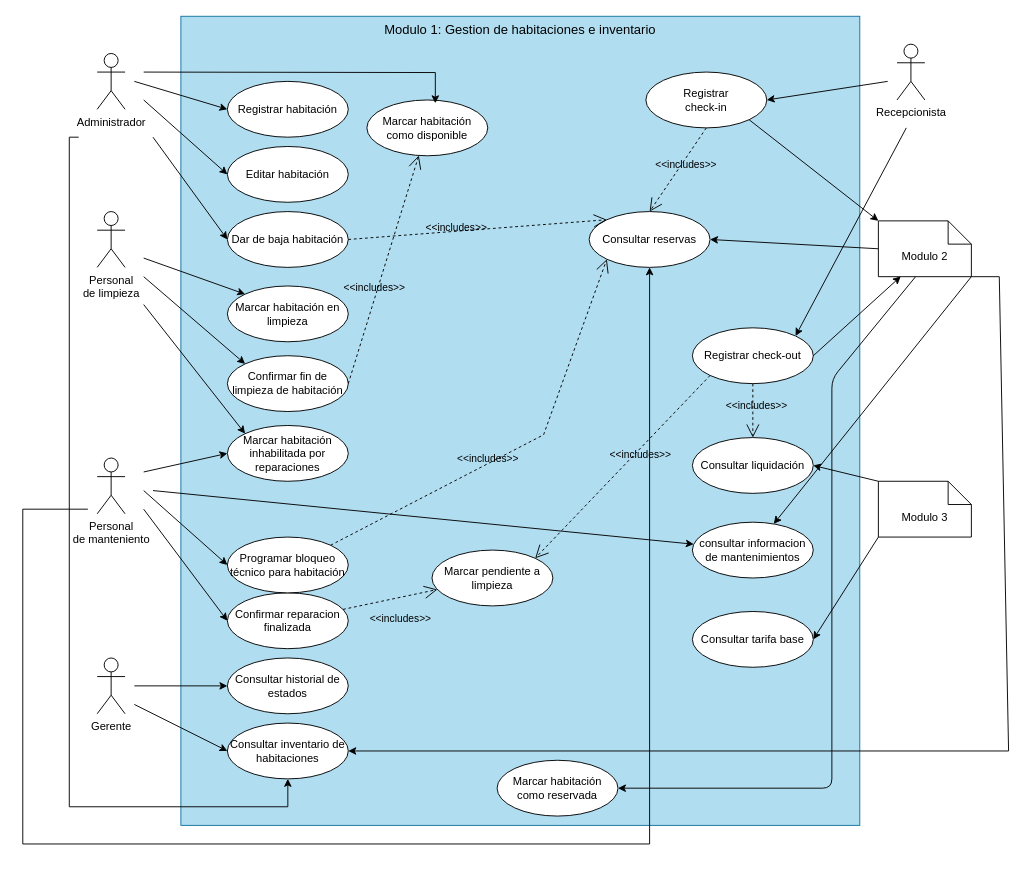
Earlier version of the draw.io diagram documentos/diagramas/cdu-modulo-1-d.drawio (MirianMarriaga/hospitua-module-1). Source tidied: cells renumbered, new cells numbered last; positions are measured from the earlier drawing's top-left corner, leaving out a move shared by most shapes. Both pictures are drawn from the tidied source at 93%, with x=0, y=0 at pixel (22, 16).
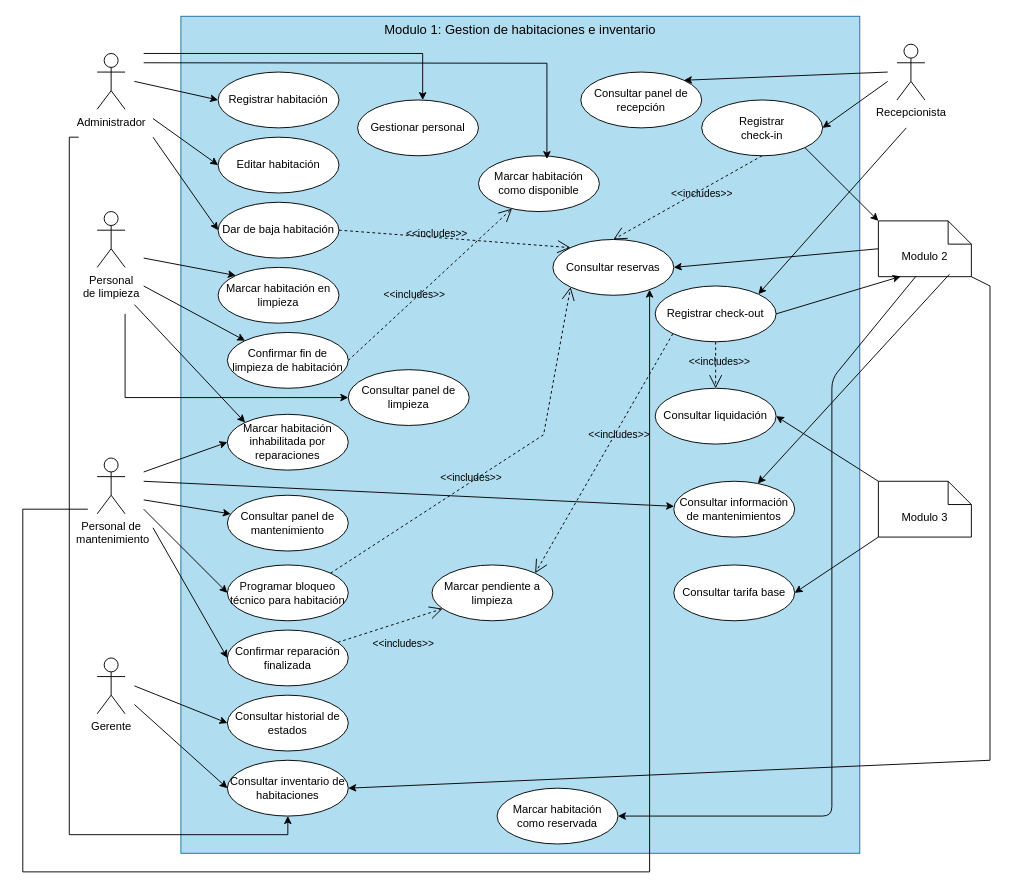
The same page after the edit.

Commit message (it also covers changes not shown here):
docs: Añadir cdu faltante en casos de uso

The change refers to these unchanged cells:
```xml
<mxCell id="7" value="Modulo 2" style="shape=note2;boundedLbl=1;whiteSpace=wrap;html=1;size=25;verticalAlign=top;align=center;labelBackgroundColor=none;" parent="1" vertex="1">
  <mxGeometry x="920" y="220" width="100" height="60" as="geometry" />
</mxCell>
```

What changed in the source:
```diff
@@
     <mxCell id="2" style="rounded=0;whiteSpace=wrap;html=1;rotation=-90;fillColor=#b1ddf0;labelBackgroundColor=none;strokeColor=#10739e;" parent="1" vertex="1">
-      <mxGeometry x="100" y="70" width="870" height="730" as="geometry" />
+      <mxGeometry x="85" y="85" width="900" height="730" as="geometry" />
     </mxCell>
@@
     <mxCell id="9" value="Registrar habitación" style="ellipse;whiteSpace=wrap;html=1;labelBackgroundColor=none;" parent="1" vertex="1">
-      <mxGeometry x="220" y="70" width="130" height="60" as="geometry" />
+      <mxGeometry x="210" y="60" width="130" height="60" as="geometry" />
     </mxCell>
@@
     <mxCell id="11" value="Editar habitación" style="ellipse;whiteSpace=wrap;html=1;labelBackgroundColor=none;" parent="1" vertex="1">
-      <mxGeometry x="220" y="140" width="130" height="60" as="geometry" />
+      <mxGeometry x="210" y="130" width="130" height="60" as="geometry" />
     </mxCell>
     <mxCell id="12" value="Dar de baja habitación" style="ellipse;whiteSpace=wrap;html=1;labelBackgroundColor=none;" parent="1" vertex="1">
-      <mxGeometry x="220" y="210" width="130" height="60" as="geometry" />
+      <mxGeometry x="210" y="200" width="130" height="60" as="geometry" />
     </mxCell>
     <mxCell id="13" style="endArrow=classic;html=1;rounded=0;endFill=1;entryX=0;entryY=0.5;entryDx=0;entryDy=0;labelBackgroundColor=none;fontColor=default;" parent="1" edge="1" target="11">
       <mxGeometry relative="1" as="geometry">
-        <mxPoint x="130" y="90" as="sourcePoint" />
+        <mxPoint x="140" y="110" as="sourcePoint" />
       </mxGeometry>
     </mxCell>
@@
     <mxCell id="15" value="Marcar habitación en limpieza" style="ellipse;whiteSpace=wrap;html=1;labelBackgroundColor=none;" parent="1" vertex="1">
-      <mxGeometry x="220" y="290" width="130" height="60" as="geometry" />
+      <mxGeometry x="210" y="270" width="130" height="60" as="geometry" />
     </mxCell>
@@
-    <mxCell id="17" value="Personal&lt;div&gt;de manteniento&lt;/div&gt;" style="shape=umlActor;verticalLabelPosition=bottom;verticalAlign=top;html=1;labelBackgroundColor=none;" parent="1" vertex="1">
+    <mxCell id="17" value="Personal de&lt;div&gt;&amp;nbsp;mantenimiento&lt;/div&gt;" style="shape=umlActor;verticalLabelPosition=bottom;verticalAlign=top;html=1;labelBackgroundColor=none;" parent="1" vertex="1">
       <mxGeometry x="80" y="475" width="30" height="60" as="geometry" />
     </mxCell>
     <mxCell id="18" value="Confirmar fin de limpieza&amp;nbsp;&lt;span style=&quot;background-color: transparent; color: light-dark(rgb(0, 0, 0), rgb(255, 255, 255));&quot;&gt;de habitación&lt;/span&gt;" style="ellipse;whiteSpace=wrap;html=1;labelBackgroundColor=none;" parent="1" vertex="1">
-      <mxGeometry x="220" y="365" width="130" height="60" as="geometry" />
+      <mxGeometry x="220" y="340" width="130" height="60" as="geometry" />
     </mxCell>
     <mxCell id="19" style="endArrow=classic;html=1;rounded=0;endFill=1;entryX=0;entryY=0;entryDx=0;entryDy=0;labelBackgroundColor=none;fontColor=default;" parent="1" edge="1" target="18">
       <mxGeometry relative="1" as="geometry">
-        <mxPoint x="130" y="280" as="sourcePoint" />
+        <mxPoint x="130" y="290" as="sourcePoint" />
       </mxGeometry>
     </mxCell>
     <mxCell id="20" value="Marcar habitación inhabilitada por reparaciones" style="ellipse;whiteSpace=wrap;html=1;labelBackgroundColor=none;" parent="1" vertex="1">
-      <mxGeometry x="220" y="440" width="130" height="60" as="geometry" />
+      <mxGeometry x="220" y="428" width="130" height="60" as="geometry" />
     </mxCell>
@@
-    <mxCell id="22" value="Confirmar reparacion finalizada" style="ellipse;whiteSpace=wrap;html=1;labelBackgroundColor=none;" parent="1" vertex="1">
-      <mxGeometry x="220" y="620" width="130" height="60" as="geometry" />
+    <mxCell id="22" value="Confirmar reparación finalizada" style="ellipse;whiteSpace=wrap;html=1;labelBackgroundColor=none;" parent="1" vertex="1">
+      <mxGeometry x="220" y="660" width="130" height="60" as="geometry" />
     </mxCell>
     <mxCell id="23" style="endArrow=classic;html=1;rounded=0;endFill=1;entryX=0;entryY=0.5;entryDx=0;entryDy=0;labelBackgroundColor=none;fontColor=default;" parent="1" edge="1" target="22">
       <mxGeometry relative="1" as="geometry">
-        <mxPoint x="130" y="530" as="sourcePoint" />
+        <mxPoint x="140" y="550" as="sourcePoint" />
       </mxGeometry>
     </mxCell>
     <mxCell id="24" value="Consultar tarifa base" style="ellipse;whiteSpace=wrap;html=1;labelBackgroundColor=none;" parent="1" vertex="1">
-      <mxGeometry x="720" y="640" width="130" height="60" as="geometry" />
+      <mxGeometry x="700" y="590" width="130" height="60" as="geometry" />
     </mxCell>
@@
     <mxCell id="26" value="Consultar inventario de habitaciones" style="ellipse;whiteSpace=wrap;html=1;labelBackgroundColor=none;" parent="1" vertex="1">
-      <mxGeometry x="220" y="760" width="130" height="60" as="geometry" />
+      <mxGeometry x="220" y="800" width="130" height="60" as="geometry" />
     </mxCell>
@@
     <mxCell id="28" value="Registrar&lt;div&gt;check-in&lt;/div&gt;" style="ellipse;whiteSpace=wrap;html=1;labelBackgroundColor=none;" parent="1" vertex="1">
-      <mxGeometry x="670" y="60" width="130" height="60" as="geometry" />
+      <mxGeometry x="730" y="90" width="130" height="60" as="geometry" />
     </mxCell>
     <mxCell id="29" value="Registrar check-out" style="ellipse;whiteSpace=wrap;html=1;labelBackgroundColor=none;" parent="1" vertex="1">
-      <mxGeometry x="720" y="335" width="130" height="60" as="geometry" />
+      <mxGeometry x="680" y="290" width="130" height="60" as="geometry" />
     </mxCell>
@@
     <mxCell id="32" value="Consultar historial de estados" style="ellipse;whiteSpace=wrap;html=1;labelBackgroundColor=none;" parent="1" vertex="1">
-      <mxGeometry x="220" y="690" width="130" height="60" as="geometry" />
+      <mxGeometry x="220" y="730" width="130" height="60" as="geometry" />
     </mxCell>
     <mxCell id="33" value="Programar bloqueo técnico para habitación" style="ellipse;whiteSpace=wrap;html=1;labelBackgroundColor=none;" parent="1" vertex="1">
-      <mxGeometry x="220" y="560" width="130" height="60" as="geometry" />
+      <mxGeometry x="220" y="590" width="130" height="60" as="geometry" />
     </mxCell>
     <mxCell id="34" style="endArrow=classic;html=1;rounded=0;endFill=1;entryX=0;entryY=0.5;entryDx=0;entryDy=0;labelBackgroundColor=none;fontColor=default;" parent="1" edge="1" target="33">
       <mxGeometry relative="1" as="geometry">
-        <mxPoint x="130" y="510" as="sourcePoint" />
+        <mxPoint x="130" y="530" as="sourcePoint" />
       </mxGeometry>
     </mxCell>
@@
     <mxCell id="36" value="Marcar habitación&lt;div&gt;como disponible&lt;/div&gt;" style="ellipse;whiteSpace=wrap;html=1;labelBackgroundColor=none;" parent="1" vertex="1">
-      <mxGeometry x="370" y="90" width="130" height="60" as="geometry" />
+      <mxGeometry x="490" y="150" width="130" height="60" as="geometry" />
     </mxCell>
@@
     <mxCell id="38" style="endArrow=classic;html=1;rounded=0;endFill=1;edgeStyle=orthogonalEdgeStyle;entryX=0.5;entryY=1;entryDx=0;entryDy=0;labelBackgroundColor=none;fontColor=default;" parent="1" edge="1" target="26">
-      <mxGeometry relative="1" as="geometry">
+      <mxGeometry x="-0.04" relative="1" as="geometry">
         <mxPoint x="60.1" y="130" as="sourcePoint" />
         <Array as="points">
           <mxPoint x="50" y="130" />
-          <mxPoint x="50" y="850" />
-          <mxPoint x="285" y="850" />
+          <mxPoint x="50" y="880" />
+          <mxPoint x="285" y="880" />
         </Array>
       </mxGeometry>
     </mxCell>
     <mxCell id="39" style="endArrow=classic;html=1;rounded=0;endFill=1;entryX=0;entryY=0;entryDx=0;entryDy=0;labelBackgroundColor=none;fontColor=default;" parent="1" edge="1" target="20">
       <mxGeometry relative="1" as="geometry">
-        <mxPoint x="130" y="310" as="sourcePoint" />
+        <mxPoint x="120" y="310" as="sourcePoint" />
       </mxGeometry>
     </mxCell>
     <mxCell id="40" style="endArrow=classic;html=1;rounded=0;endFill=1;entryX=0.566;entryY=0.059;entryDx=0;entryDy=0;entryPerimeter=0;edgeStyle=orthogonalEdgeStyle;labelBackgroundColor=none;fontColor=default;" parent="1" edge="1" target="36">
       <mxGeometry relative="1" as="geometry">
-        <mxPoint x="130" y="60" as="sourcePoint" />
+        <mxPoint x="130" y="50" as="sourcePoint" />
       </mxGeometry>
     </mxCell>
     <mxCell id="41" value="Marcar pendiente a limpieza" style="ellipse;whiteSpace=wrap;html=1;labelBackgroundColor=none;" parent="1" vertex="1">
-      <mxGeometry x="440" y="574" width="130" height="60" as="geometry" />
+      <mxGeometry x="440" y="590" width="130" height="60" as="geometry" />
     </mxCell>
@@
     <mxCell id="46" value="Consultar reservas" style="ellipse;whiteSpace=wrap;html=1;labelBackgroundColor=none;" parent="1" vertex="1">
-      <mxGeometry x="609" y="210" width="130" height="60" as="geometry" />
+      <mxGeometry x="570" y="240" width="130" height="60" as="geometry" />
     </mxCell>
@@
     <mxCell id="53" value="Marcar habitación como reservada" style="ellipse;whiteSpace=wrap;html=1;labelBackgroundColor=none;" parent="1" vertex="1">
-      <mxGeometry x="510" y="800" width="130" height="60" as="geometry" />
+      <mxGeometry x="510" y="830" width="130" height="60" as="geometry" />
     </mxCell>
     <mxCell id="54" style="endArrow=classic;html=1;rounded=1;endFill=1;entryX=1;entryY=0.5;entryDx=0;entryDy=0;curved=0;exitX=0.4;exitY=1;exitDx=0;exitDy=0;exitPerimeter=0;labelBackgroundColor=none;fontColor=default;" parent="1" edge="1" source="7" target="53">
-      <mxGeometry relative="1" as="geometry">
+      <mxGeometry x="-0.03" relative="1" as="geometry">
         <Array as="points">
           <mxPoint x="870" y="390" />
-          <mxPoint x="870" y="830" />
+          <mxPoint x="870" y="860" />
         </Array>
       </mxGeometry>
     </mxCell>
@@
     <mxCell id="57" style="endArrow=classic;html=1;rounded=0;endFill=1;entryX=1;entryY=0.5;entryDx=0;entryDy=0;exitX=1;exitY=1;exitDx=0;exitDy=0;exitPerimeter=0;labelBackgroundColor=none;fontColor=default;" parent="1" edge="1" source="7" target="26">
-      <mxGeometry relative="1" as="geometry">
+      <mxGeometry x="-0.02" relative="1" as="geometry">
         <Array as="points">
-          <mxPoint x="1050" y="280" />
-          <mxPoint x="1060" y="790" />
+          <mxPoint x="1040" y="290" />
+          <mxPoint x="1040" y="800" />
         </Array>
       </mxGeometry>
     </mxCell>
-    <mxCell id="58" value="consultar informacion de mantenimientos" style="ellipse;whiteSpace=wrap;html=1;labelBackgroundColor=none;" parent="1" vertex="1">
-      <mxGeometry x="720" y="544" width="130" height="60" as="geometry" />
+    <mxCell id="58" value="Consultar información de mantenimientos" style="ellipse;whiteSpace=wrap;html=1;labelBackgroundColor=none;" parent="1" vertex="1">
+      <mxGeometry x="700" y="500" width="130" height="60" as="geometry" />
     </mxCell>
-    <mxCell id="59" style="endArrow=classic;html=1;rounded=0;endFill=1;exitX=1;exitY=1;exitDx=0;exitDy=0;exitPerimeter=0;labelBackgroundColor=none;fontColor=default;" parent="1" edge="1" source="7" target="58">
+    <mxCell id="59" style="endArrow=classic;html=1;rounded=0;endFill=1;exitX=0.764;exitY=0.957;exitDx=0;exitDy=0;exitPerimeter=0;labelBackgroundColor=none;fontColor=default;" parent="1" edge="1" source="7" target="58">
       <mxGeometry relative="1" as="geometry" />
     </mxCell>
     <mxCell id="60" style="endArrow=classic;html=1;rounded=0;endFill=1;edgeStyle=orthogonalEdgeStyle;labelBackgroundColor=none;fontColor=default;" parent="1" edge="1" target="46">
       <mxGeometry relative="1" as="geometry">
         <mxPoint x="70" y="530" as="sourcePoint" />
         <Array as="points">
           <mxPoint y="530" />
-          <mxPoint y="890" />
-          <mxPoint x="674" y="890" />
+          <mxPoint y="920" />
+          <mxPoint x="674" y="920" />
         </Array>
       </mxGeometry>
     </mxCell>
     <mxCell id="61" value="Consultar liquidación" style="ellipse;whiteSpace=wrap;html=1;labelBackgroundColor=none;" parent="1" vertex="1">
-      <mxGeometry x="720" y="453" width="130" height="60" as="geometry" />
+      <mxGeometry x="680" y="400" width="130" height="60" as="geometry" />
     </mxCell>
     <mxCell id="62" style="endArrow=classic;html=1;rounded=0;endFill=1;labelBackgroundColor=none;fontColor=default;" parent="1" edge="1" target="58">
       <mxGeometry relative="1" as="geometry">
-        <mxPoint x="140" y="510" as="sourcePoint" />
+        <mxPoint x="130" y="500" as="sourcePoint" />
       </mxGeometry>
     </mxCell>
+    <mxCell id="63" value="Consultar panel de recepción" style="ellipse;whiteSpace=wrap;html=1;labelBackgroundColor=none;" parent="1" vertex="1">
+      <mxGeometry x="600" y="60" width="130" height="60" as="geometry" />
+    </mxCell>
+    <mxCell id="64" value="Consultar panel de mantenimiento" style="ellipse;whiteSpace=wrap;html=1;labelBackgroundColor=none;" parent="1" vertex="1">
+      <mxGeometry x="220" y="515" width="130" height="60" as="geometry" />
+    </mxCell>
+    <mxCell id="65" style="endArrow=classic;html=1;rounded=0;endFill=1;entryX=1;entryY=0;entryDx=0;entryDy=0;labelBackgroundColor=none;fontColor=default;" parent="1" edge="1" target="63">
+      <mxGeometry relative="1" as="geometry">
+        <mxPoint x="930" y="60" as="sourcePoint" />
+      </mxGeometry>
+    </mxCell>
+    <mxCell id="66" style="endArrow=classic;html=1;rounded=0;endFill=1;labelBackgroundColor=none;fontColor=default;" parent="1" edge="1" target="64">
+      <mxGeometry relative="1" as="geometry">
+        <mxPoint x="130" y="520" as="sourcePoint" />
+      </mxGeometry>
+    </mxCell>
+    <mxCell id="67" value="Consultar panel de limpieza" style="ellipse;whiteSpace=wrap;html=1;labelBackgroundColor=none;" parent="1" vertex="1">
+      <mxGeometry x="350" y="380" width="130" height="60" as="geometry" />
+    </mxCell>
+    <mxCell id="68" style="endArrow=classic;html=1;rounded=0;endFill=1;entryX=0;entryY=0.5;entryDx=0;entryDy=0;labelBackgroundColor=none;fontColor=default;edgeStyle=orthogonalEdgeStyle;" parent="1" edge="1" target="67">
+      <mxGeometry x="0.4" relative="1" as="geometry">
+        <mxPoint x="110" y="320" as="sourcePoint" />
+        <Array as="points">
+          <mxPoint x="110" y="330" />
+          <mxPoint x="110" y="410" />
+        </Array>
+      </mxGeometry>
+    </mxCell>
+    <mxCell id="69" value="Gestionar personal" style="ellipse;whiteSpace=wrap;html=1;labelBackgroundColor=none;" parent="1" vertex="1">
+      <mxGeometry x="360" y="90" width="130" height="60" as="geometry" />
+    </mxCell>
+    <mxCell id="70" style="endArrow=classic;html=1;rounded=0;endFill=1;edgeStyle=orthogonalEdgeStyle;labelBackgroundColor=none;fontColor=default;" parent="1" edge="1" target="69">
+      <mxGeometry x="0.34" relative="1" as="geometry">
+        <mxPoint x="130" y="40" as="sourcePoint" />
+        <Array as="points">
+          <mxPoint x="130" y="40" />
+          <mxPoint x="430" y="40" />
+        </Array>
+      </mxGeometry>
+    </mxCell>
```
